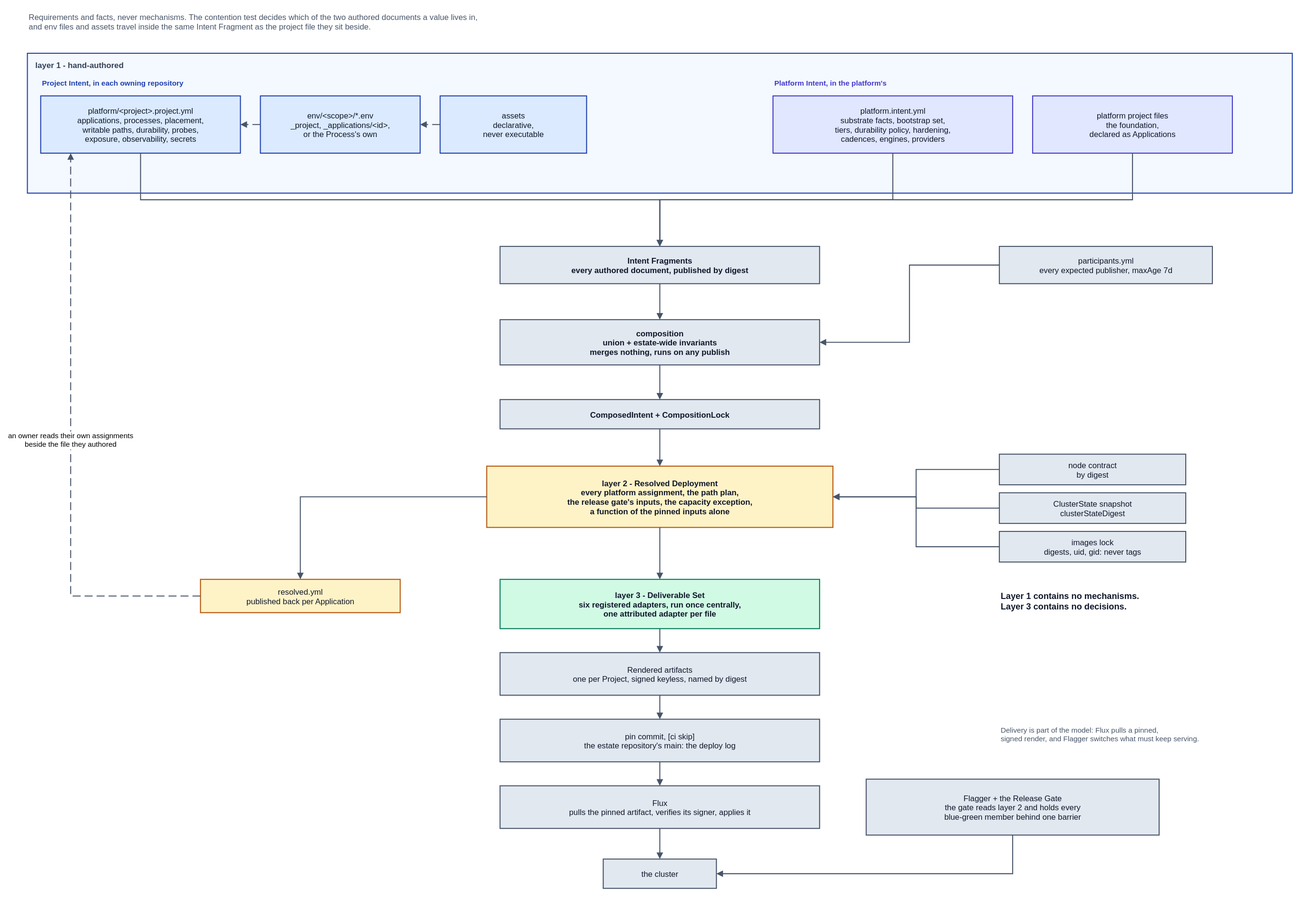
Above: spec/v1/diagrams/00-overview-three-model-pipeline.drawio.svg in JorisJonkers-dev/deploy-kit (draw.io), before the change. Source tidied: cells renumbered, new cells last; positions are measured from the earlier drawing's top-left corner, leaving out a move shared by most shapes.
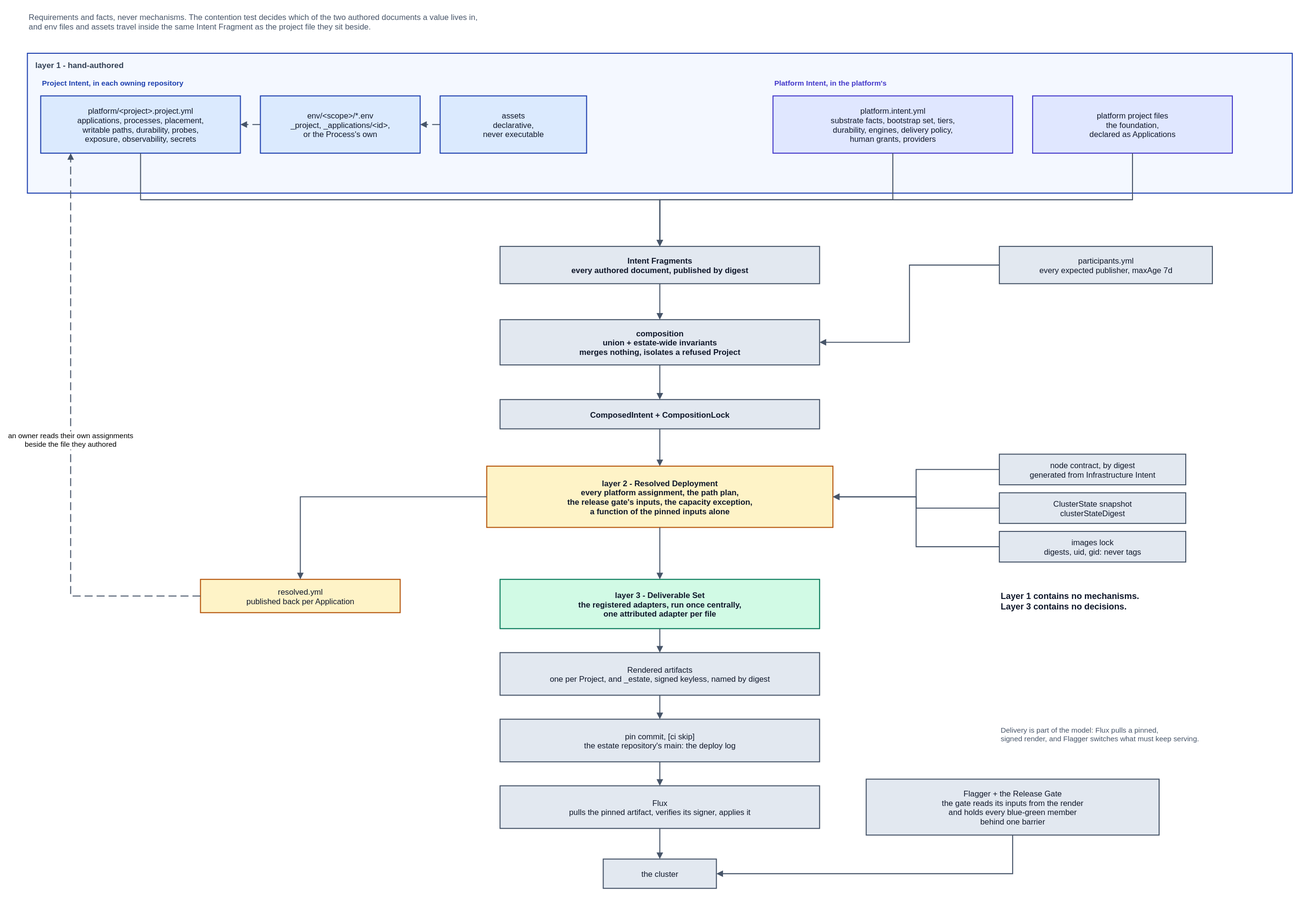
The same file after the commit.

Commit message:
docs(spec): bring the three-model pipeline up to the registered adapters, the _estate artifact and Infrastructure Intent

The edit, as a diff of the source:
```diff
@@ -23,7 +23,7 @@
     <mxCell id="8" value="assets&#10;declarative,&#10;never executable" style="rounded=0;whiteSpace=nowrap;html=0;align=center;verticalAlign=middle;fillColor=#dbeafe;strokeColor=#1e40af;strokeWidth=1.5;fontFamily=Helvetica;fontSize=12;fontColor=#0f172a;" parent="1" vertex="1">
       <mxGeometry x="620" y="134" width="220" height="86" as="geometry" />
     </mxCell>
-    <mxCell id="9" value="platform.intent.yml&#10;substrate facts, bootstrap set,&#10;tiers, durability policy, hardening,&#10;cadences, engines, providers" style="rounded=0;whiteSpace=nowrap;html=0;align=center;verticalAlign=middle;fillColor=#e0e7ff;strokeColor=#4338ca;strokeWidth=1.5;fontFamily=Helvetica;fontSize=12;fontColor=#0f172a;" parent="1" vertex="1">
+    <mxCell id="9" value="platform.intent.yml&#10;substrate facts, bootstrap set, tiers,&#10;durability, engines, delivery policy,&#10;human grants, providers" style="rounded=0;whiteSpace=nowrap;html=0;align=center;verticalAlign=middle;fillColor=#e0e7ff;strokeColor=#4338ca;strokeWidth=1.5;fontFamily=Helvetica;fontSize=12;fontColor=#0f172a;" parent="1" vertex="1">
       <mxGeometry x="1120" y="134" width="360" height="86" as="geometry" />
     </mxCell>
     <mxCell id="10" value="platform project files&#10;the foundation,&#10;declared as Applications" style="rounded=0;whiteSpace=nowrap;html=0;align=center;verticalAlign=middle;fillColor=#e0e7ff;strokeColor=#4338ca;strokeWidth=1.5;fontFamily=Helvetica;fontSize=12;fontColor=#0f172a;" parent="1" vertex="1">
@@ -41,7 +41,7 @@
     <mxCell id="14" value="participants.yml&#10;every expected publisher, maxAge 7d" style="rounded=0;whiteSpace=nowrap;html=0;align=center;verticalAlign=middle;fillColor=#e2e8f0;strokeColor=#475569;strokeWidth=1.5;fontFamily=Helvetica;fontSize=12;fontColor=#0f172a;" parent="1" vertex="1">
       <mxGeometry x="1460" y="360" width="320" height="56" as="geometry" />
     </mxCell>
-    <mxCell id="15" value="composition&#10;union + estate-wide invariants&#10;merges nothing, runs on any publish" style="rounded=0;whiteSpace=nowrap;html=0;align=center;verticalAlign=middle;fillColor=#e2e8f0;strokeColor=#475569;strokeWidth=1.5;fontFamily=Helvetica;fontSize=12;fontColor=#0f172a;fontStyle=1;" parent="1" vertex="1">
+    <mxCell id="15" value="composition&#10;union + estate-wide invariants&#10;merges nothing, isolates a refused Project" style="rounded=0;whiteSpace=nowrap;html=0;align=center;verticalAlign=middle;fillColor=#e2e8f0;strokeColor=#475569;strokeWidth=1.5;fontFamily=Helvetica;fontSize=12;fontColor=#0f172a;fontStyle=1;" parent="1" vertex="1">
       <mxGeometry x="710" y="470" width="480" height="68" as="geometry" />
     </mxCell>
     <mxCell id="16" value="ComposedIntent  +  CompositionLock" style="rounded=0;whiteSpace=nowrap;html=0;align=center;verticalAlign=middle;fillColor=#e2e8f0;strokeColor=#475569;strokeWidth=1.5;fontFamily=Helvetica;fontSize=12;fontColor=#0f172a;fontStyle=1;" parent="1" vertex="1">
@@ -50,7 +50,7 @@
     <mxCell id="17" value="layer 2 - Resolved Deployment&#10;every platform assignment, the path plan,&#10;the release gate's inputs, the capacity exception,&#10;a function of the pinned inputs alone" style="rounded=0;whiteSpace=nowrap;html=0;align=center;verticalAlign=middle;fillColor=#fef3c7;strokeColor=#b45309;strokeWidth=1.5;fontFamily=Helvetica;fontSize=12;fontColor=#0f172a;fontStyle=1;" parent="1" vertex="1">
       <mxGeometry x="690" y="690" width="520" height="92" as="geometry" />
     </mxCell>
-    <mxCell id="18" value="node contract&#10;by digest" style="rounded=0;whiteSpace=nowrap;html=0;align=center;verticalAlign=middle;fillColor=#e2e8f0;strokeColor=#475569;strokeWidth=1.5;fontFamily=Helvetica;fontSize=12;fontColor=#0f172a;" parent="1" vertex="1">
+    <mxCell id="18" value="node contract, by digest&#10;generated from Infrastructure Intent" style="rounded=0;whiteSpace=nowrap;html=0;align=center;verticalAlign=middle;fillColor=#e2e8f0;strokeColor=#475569;strokeWidth=1.5;fontFamily=Helvetica;fontSize=12;fontColor=#0f172a;" parent="1" vertex="1">
       <mxGeometry x="1460" y="672" width="280" height="46" as="geometry" />
     </mxCell>
     <mxCell id="19" value="ClusterState snapshot&#10;clusterStateDigest" style="rounded=0;whiteSpace=nowrap;html=0;align=center;verticalAlign=middle;fillColor=#e2e8f0;strokeColor=#475569;strokeWidth=1.5;fontFamily=Helvetica;fontSize=12;fontColor=#0f172a;" parent="1" vertex="1">
@@ -62,10 +62,10 @@
     <mxCell id="21" value="resolved.yml&#10;published back per Application" style="rounded=0;whiteSpace=nowrap;html=0;align=center;verticalAlign=middle;fillColor=#fef3c7;strokeColor=#b45309;strokeWidth=1.5;fontFamily=Helvetica;fontSize=12;fontColor=#0f172a;" parent="1" vertex="1">
       <mxGeometry x="260" y="860" width="300" height="50" as="geometry" />
     </mxCell>
-    <mxCell id="22" value="layer 3 - Deliverable Set&#10;six registered adapters, run once centrally,&#10;one attributed adapter per file" style="rounded=0;whiteSpace=nowrap;html=0;align=center;verticalAlign=middle;fillColor=#d1fae5;strokeColor=#047857;strokeWidth=1.5;fontFamily=Helvetica;fontSize=12;fontColor=#0f172a;fontStyle=1;" parent="1" vertex="1">
+    <mxCell id="22" value="layer 3 - Deliverable Set&#10;the registered adapters, run once centrally,&#10;one attributed adapter per file" style="rounded=0;whiteSpace=nowrap;html=0;align=center;verticalAlign=middle;fillColor=#d1fae5;strokeColor=#047857;strokeWidth=1.5;fontFamily=Helvetica;fontSize=12;fontColor=#0f172a;fontStyle=1;" parent="1" vertex="1">
       <mxGeometry x="710" y="860" width="480" height="74" as="geometry" />
     </mxCell>
-    <mxCell id="23" value="Rendered artifacts&#10;one per Project, signed keyless, named by digest" style="rounded=0;whiteSpace=nowrap;html=0;align=center;verticalAlign=middle;fillColor=#e2e8f0;strokeColor=#475569;strokeWidth=1.5;fontFamily=Helvetica;fontSize=12;fontColor=#0f172a;" parent="1" vertex="1">
+    <mxCell id="23" value="Rendered artifacts&#10;one per Project, and _estate, signed keyless, named by digest" style="rounded=0;whiteSpace=nowrap;html=0;align=center;verticalAlign=middle;fillColor=#e2e8f0;strokeColor=#475569;strokeWidth=1.5;fontFamily=Helvetica;fontSize=12;fontColor=#0f172a;" parent="1" vertex="1">
       <mxGeometry x="710" y="970" width="480" height="64" as="geometry" />
     </mxCell>
     <mxCell id="24" value="Flux&#10;pulls the pinned artifact, verifies its signer, applies it" style="rounded=0;whiteSpace=nowrap;html=0;align=center;verticalAlign=middle;fillColor=#e2e8f0;strokeColor=#475569;strokeWidth=1.5;fontFamily=Helvetica;fontSize=12;fontColor=#0f172a;" parent="1" vertex="1">
@@ -136,7 +136,7 @@
     <mxCell id="43" value="the cluster" style="rounded=0;whiteSpace=nowrap;html=0;align=center;verticalAlign=middle;fillColor=#e2e8f0;strokeColor=#475569;strokeWidth=1.5;fontFamily=Helvetica;fontSize=12;fontColor=#0f172a;" parent="1" vertex="1">
       <mxGeometry x="865" y="1280" width="170" height="44" as="geometry" />
     </mxCell>
-    <mxCell id="44" value="Flagger + the Release Gate&#10;the gate reads layer 2 and holds every&#10;blue-green member behind one barrier" style="rounded=0;whiteSpace=nowrap;html=0;align=center;verticalAlign=middle;fillColor=#e2e8f0;strokeColor=#475569;strokeWidth=1.5;fontFamily=Helvetica;fontSize=12;fontColor=#0f172a;" parent="1" vertex="1">
+    <mxCell id="44" value="Flagger + the Release Gate&#10;the gate reads its inputs from the render&#10;and holds every blue-green member&#10;behind one barrier" style="rounded=0;whiteSpace=nowrap;html=0;align=center;verticalAlign=middle;fillColor=#e2e8f0;strokeColor=#475569;strokeWidth=1.5;fontFamily=Helvetica;fontSize=12;fontColor=#0f172a;" parent="1" vertex="1">
       <mxGeometry x="1260" y="1160" width="440" height="84" as="geometry" />
     </mxCell>
     <mxCell id="45" style="edgeStyle=orthogonalEdgeStyle;rounded=0;html=0;jettySize=auto;jumpStyle=arc;jumpSize=8;endArrow=block;endFill=1;strokeColor=#475569;strokeWidth=1.5;fontSize=11;fontFamily=Helvetica;labelBackgroundColor=#ffffff;exitX=0.5;exitY=1;exitDx=0;exitDy=0;entryX=0.5;entryY=0;entryDx=0;entryDy=0;" parent="1" edge="1" source="42" target="24">
```
